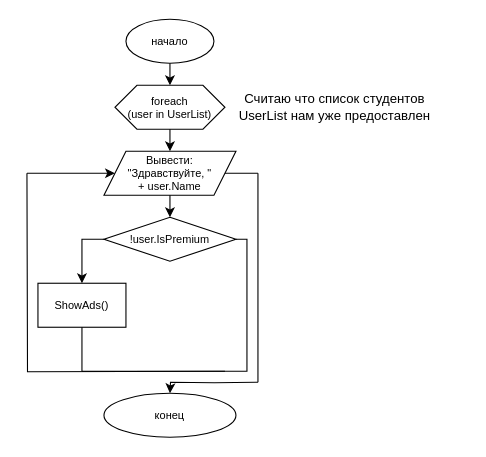
Before: SF12_1_5.drawio in mekrav/SF_Tasks, a draw.io diagram. Source tidied: cells renumbered, new cells numbered last; positions are measured from the earlier drawing's top-left corner, leaving out a move shared by most shapes. Both pictures are drawn from the tidied source at 110%, with x=0, y=0 at pixel (26, 19).
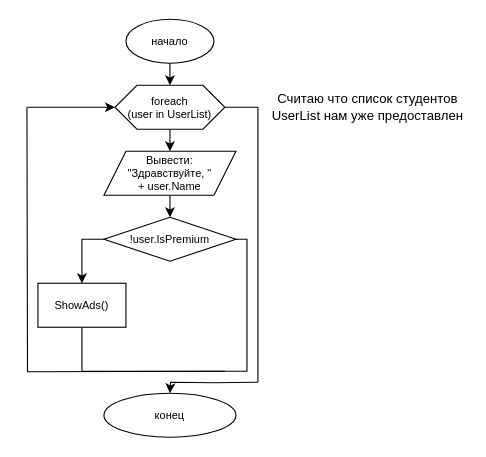
The same diagram, later.

The change refers to these unchanged cells:
```xml
<mxCell id="3" value="foreach&lt;br style=&quot;font-size: 10px;&quot;&gt;(user in UserList)" style="shape=hexagon;perimeter=hexagonPerimeter2;whiteSpace=wrap;html=1;fixedSize=1;fontSize=10;" parent="1" vertex="1">
  <mxGeometry x="80" y="60" width="100" height="40" as="geometry" />
</mxCell>
<mxCell id="6" value="Вывести: &lt;br&gt;&quot;Здравствуйте, &quot; &lt;br&gt;+ user.Name" style="shape=parallelogram;perimeter=parallelogramPerimeter;whiteSpace=wrap;html=1;fixedSize=1;fontSize=10;" parent="1" vertex="1">
  <mxGeometry x="70" y="120" width="120" height="40" as="geometry" />
</mxCell>
```

What changed in the source:
```diff
@@
     <mxCell id="5" value="Считаю что список студентов UserList нам уже предоставлен" style="text;html=1;strokeColor=none;fillColor=none;align=center;verticalAlign=middle;whiteSpace=wrap;rounded=0;" parent="1" vertex="1">
-      <mxGeometry x="190" y="60" width="180" height="40" as="geometry" />
+      <mxGeometry x="220" y="60" width="180" height="40" as="geometry" />
     </mxCell>
@@
     <mxCell id="13" style="endArrow=none;html=1;rounded=0;fontSize=10;edgeStyle=orthogonalEdgeStyle;" parent="1" edge="1">
       <mxGeometry relative="1" as="geometry">
         <mxPoint x="180" y="320" as="sourcePoint" />
-        <mxPoint y="140" as="targetPoint" />
+        <mxPoint y="80" as="targetPoint" />
       </mxGeometry>
     </mxCell>
-    <mxCell id="14" style="endArrow=classic;html=1;rounded=0;fontSize=10;entryX=0;entryY=0.5;entryDx=0;entryDy=0;" parent="1" edge="1" target="6">
+    <mxCell id="14" style="endArrow=classic;html=1;rounded=0;fontSize=10;entryX=0;entryY=0.5;entryDx=0;entryDy=0;" parent="1" edge="1" target="3">
       <mxGeometry relative="1" as="geometry">
-        <mxPoint y="140" as="sourcePoint" />
+        <mxPoint y="80" as="sourcePoint" />
+        <Array as="points">
+          <mxPoint x="40" y="80" />
+        </Array>
       </mxGeometry>
     </mxCell>
-    <mxCell id="15" style="endArrow=none;html=1;rounded=0;fontSize=10;entryX=1;entryY=0.5;entryDx=0;entryDy=0;" parent="1" edge="1" target="6">
+    <mxCell id="15" style="endArrow=none;html=1;rounded=0;fontSize=10;entryX=1;entryY=0.5;entryDx=0;entryDy=0;" parent="1" edge="1" target="3">
       <mxGeometry relative="1" as="geometry">
-        <mxPoint x="210" y="140" as="sourcePoint" />
+        <mxPoint x="210" y="80" as="sourcePoint" />
       </mxGeometry>
     </mxCell>
     <mxCell id="16" style="endArrow=none;html=1;rounded=0;fontSize=10;" parent="1" edge="1">
       <mxGeometry relative="1" as="geometry">
         <mxPoint x="210" y="330" as="sourcePoint" />
-        <mxPoint x="210" y="140" as="targetPoint" />
+        <mxPoint x="210" y="80" as="targetPoint" />
       </mxGeometry>
     </mxCell>
```
